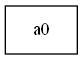
Above: Errores.png in JoseMore99/OLC2_P1_201701015 (Graphviz), before the change. Its source is kept beside it as Errores.dot.
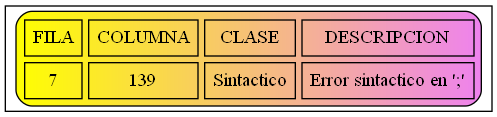
The same diagram one commit later.

Diff of the diagram source:
```diff
@@ -2,7 +2,6 @@
 node [shape=record];
 a0 [label=<<TABLE border="1" cellspacing="5" cellpadding="5" style="rounded" bgcolor="yellow:violet">
 "<TR><TD>FILA</TD><TD>COLUMNA</TD><TD>CLASE</TD><TD>DESCRIPCION</TD></TR>
-<TR><TD>13</TD><TD>58</TD><TD>Sintactico</TD><TD>Error sintactico en '&'</TD></TR>
-<TR><TD>15</TD><TD>88</TD><TD>Sintactico</TD><TD>Error sintactico en '\}'</TD></TR>
+<TR><TD>7</TD><TD>139</TD><TD>Sintactico</TD><TD>Error sintactico en ';'</TD></TR>
 </TABLE>>];
 }
```
